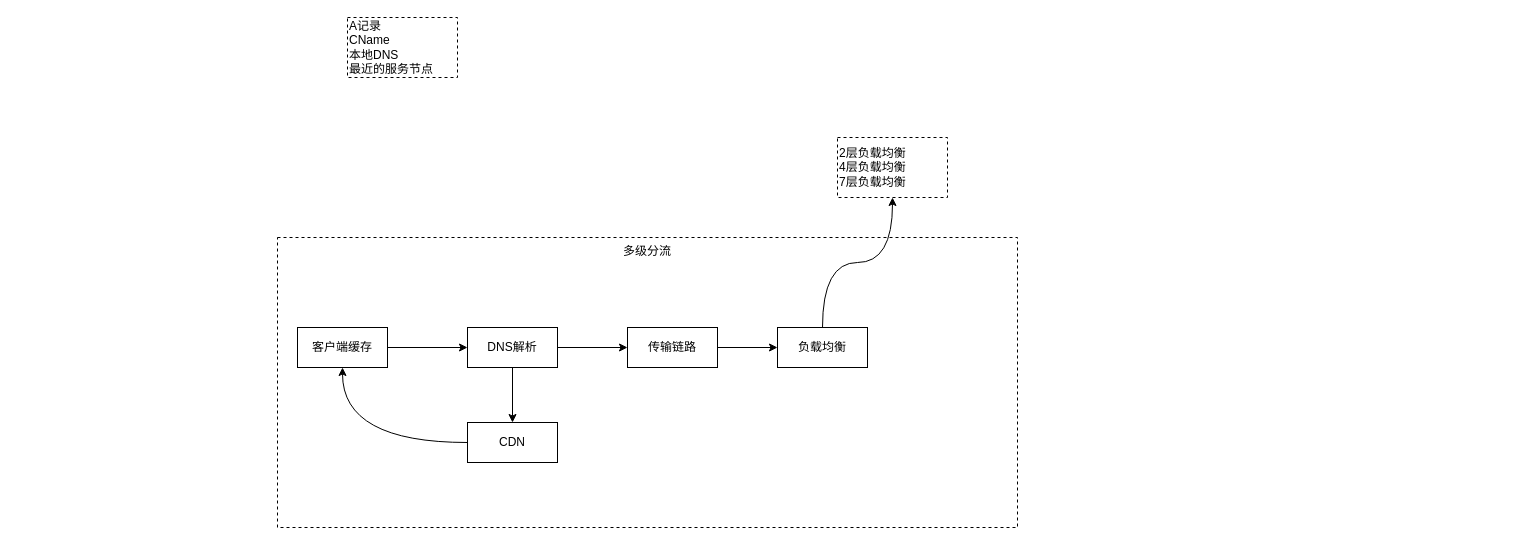
Before: page "分布式系统设计" (6 of 6) of 技术栈.drawio in ProgrammerLZ/drawio, a draw.io diagram. Source tidied: cells renumbered, new cells numbered last; positions are measured from the earlier drawing's top-left corner, leaving out a move shared by most shapes. Both pictures are drawn from the tidied source at 100%, with x=0, y=0 at pixel (277, 17).
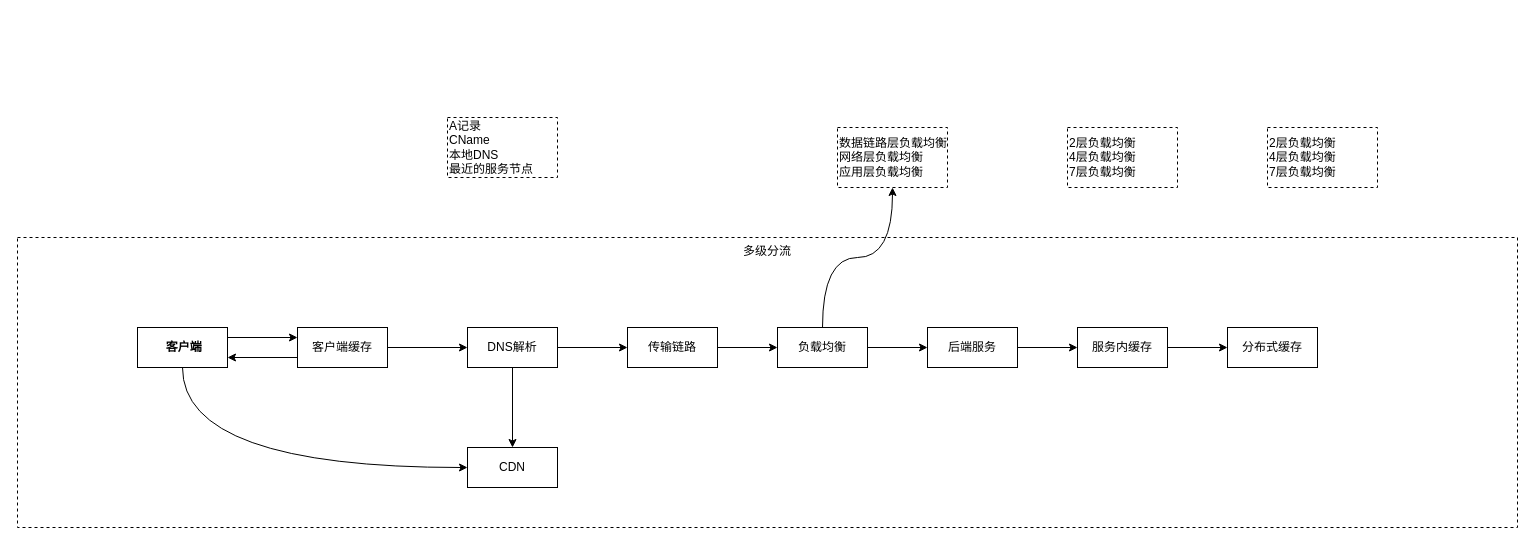
Above is the later version.

Commit message:
更新技术栈.drawio

Unchanged cells that the change refers to:
```xml
<mxCell id="4" value="客户端缓存" style="rounded=0;whiteSpace=wrap;html=1;verticalAlign=middle;" parent="1" vertex="1">
  <mxGeometry x="20" y="310" width="90" height="40" as="geometry" />
</mxCell>
<mxCell id="13" value="负载均衡" style="rounded=0;whiteSpace=wrap;html=1;verticalAlign=middle;" parent="1" vertex="1">
  <mxGeometry x="500" y="310" width="90" height="40" as="geometry" />
</mxCell>
```

Diff of the diagram source:
```diff
@@
     <mxCell id="2" value="多级分流" style="rounded=0;whiteSpace=wrap;html=1;fillColor=none;dashed=1;verticalAlign=top;" parent="1" vertex="1">
-      <mxGeometry y="220" width="740" height="290" as="geometry" />
+      <mxGeometry x="-260" y="220" width="1500" height="290" as="geometry" />
     </mxCell>
@@
+    <mxCell id="16" style="edgeStyle=orthogonalEdgeStyle;rounded=0;jettySize=auto;html=1;exitX=0;exitY=0.75;exitDx=0;exitDy=0;entryX=1;entryY=0.75;entryDx=0;entryDy=0;" parent="1" edge="1" source="4" target="27">
+      <mxGeometry relative="1" as="geometry" />
+    </mxCell>
@@
-    <mxCell id="10" style="edgeStyle=orthogonalEdgeStyle;rounded=0;jettySize=auto;html=1;exitX=0;exitY=0.5;exitDx=0;exitDy=0;entryX=0.5;entryY=1;entryDx=0;entryDy=0;curved=1;" parent="1" edge="1" source="11" target="4">
-      <mxGeometry relative="1" as="geometry" />
-    </mxCell>
     <mxCell id="11" value="CDN" style="rounded=0;whiteSpace=wrap;html=1;verticalAlign=middle;" parent="1" vertex="1">
-      <mxGeometry x="190" y="405" width="90" height="40" as="geometry" />
+      <mxGeometry x="190" y="430" width="90" height="40" as="geometry" />
     </mxCell>
@@
+    <mxCell id="17" style="edgeStyle=orthogonalEdgeStyle;rounded=0;jettySize=auto;html=1;" parent="1" edge="1" source="13" target="19">
+      <mxGeometry relative="1" as="geometry" />
+    </mxCell>
@@
-    <mxCell id="14" value="2层负载均衡&lt;div&gt;4层负载均衡&lt;/div&gt;&lt;div&gt;7层负载均衡&lt;/div&gt;" style="text;html=1;align=left;verticalAlign=middle;whiteSpace=wrap;rounded=0;dashed=1;strokeColor=default;" parent="1" vertex="1">
-      <mxGeometry x="560" y="120" width="110" height="60" as="geometry" />
+    <mxCell id="14" value="数据链路层负载均衡&lt;div&gt;网络层负载均衡&lt;/div&gt;&lt;div&gt;应用层负载均衡&lt;/div&gt;" style="text;html=1;align=left;verticalAlign=middle;whiteSpace=wrap;rounded=0;dashed=1;strokeColor=default;" parent="1" vertex="1">
+      <mxGeometry x="560" y="110" width="110" height="60" as="geometry" />
     </mxCell>
     <mxCell id="15" value="A记录&lt;div&gt;CName&lt;/div&gt;&lt;div&gt;本地DNS&lt;/div&gt;&lt;div&gt;最近的服务节点&lt;/div&gt;" style="text;html=1;align=left;verticalAlign=middle;whiteSpace=wrap;rounded=0;dashed=1;strokeColor=default;" parent="1" vertex="1">
-      <mxGeometry x="70" width="110" height="60" as="geometry" />
+      <mxGeometry x="170" y="100" width="110" height="60" as="geometry" />
     </mxCell>
+    <mxCell id="18" style="edgeStyle=orthogonalEdgeStyle;rounded=0;jettySize=auto;html=1;" parent="1" edge="1" source="19" target="21">
+      <mxGeometry relative="1" as="geometry" />
+    </mxCell>
+    <mxCell id="19" value="后端服务" style="rounded=0;whiteSpace=wrap;html=1;verticalAlign=middle;" parent="1" vertex="1">
+      <mxGeometry x="650" y="310" width="90" height="40" as="geometry" />
+    </mxCell>
+    <mxCell id="20" style="edgeStyle=orthogonalEdgeStyle;rounded=0;jettySize=auto;html=1;" parent="1" edge="1" source="21" target="22">
+      <mxGeometry relative="1" as="geometry" />
+    </mxCell>
+    <mxCell id="21" value="服务内缓存" style="rounded=0;whiteSpace=wrap;html=1;verticalAlign=middle;" parent="1" vertex="1">
+      <mxGeometry x="800" y="310" width="90" height="40" as="geometry" />
+    </mxCell>
+    <mxCell id="22" value="分布式缓存" style="rounded=0;whiteSpace=wrap;html=1;verticalAlign=middle;" parent="1" vertex="1">
+      <mxGeometry x="950" y="310" width="90" height="40" as="geometry" />
+    </mxCell>
+    <mxCell id="23" value="2层负载均衡&lt;div&gt;4层负载均衡&lt;/div&gt;&lt;div&gt;7层负载均衡&lt;/div&gt;" style="text;html=1;align=left;verticalAlign=middle;whiteSpace=wrap;rounded=0;dashed=1;strokeColor=default;" parent="1" vertex="1">
+      <mxGeometry x="990" y="110" width="110" height="60" as="geometry" />
+    </mxCell>
+    <mxCell id="24" value="2层负载均衡&lt;div&gt;4层负载均衡&lt;/div&gt;&lt;div&gt;7层负载均衡&lt;/div&gt;" style="text;html=1;align=left;verticalAlign=middle;whiteSpace=wrap;rounded=0;dashed=1;strokeColor=default;" parent="1" vertex="1">
+      <mxGeometry x="790" y="110" width="110" height="60" as="geometry" />
+    </mxCell>
+    <mxCell id="25" style="edgeStyle=orthogonalEdgeStyle;rounded=0;jettySize=auto;html=1;exitX=1;exitY=0.25;exitDx=0;exitDy=0;entryX=0;entryY=0.25;entryDx=0;entryDy=0;" parent="1" edge="1" source="27" target="4">
+      <mxGeometry relative="1" as="geometry" />
+    </mxCell>
+    <mxCell id="26" style="edgeStyle=orthogonalEdgeStyle;rounded=0;jettySize=auto;html=1;exitX=0.5;exitY=1;exitDx=0;exitDy=0;entryX=0;entryY=0.5;entryDx=0;entryDy=0;curved=1;" parent="1" edge="1" source="27" target="11">
+      <mxGeometry relative="1" as="geometry" />
+    </mxCell>
+    <mxCell id="27" value="&lt;b&gt;&amp;nbsp;客户端&lt;/b&gt;" style="rounded=0;whiteSpace=wrap;html=1;verticalAlign=middle;" parent="1" vertex="1">
+      <mxGeometry x="-140" y="310" width="90" height="40" as="geometry" />
+    </mxCell>
```
